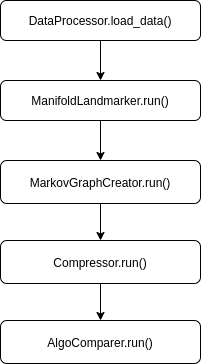
Earlier version of the draw.io export documents/HighLevelDataflow.png (ilonatommy/ShapeVis). Source tidied: cells renumbered, new cells last; positions are measured from the earlier drawing's top-left corner, leaving out a move shared by most shapes.
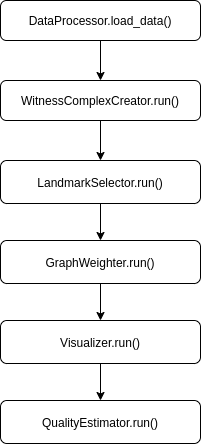
The same file after the commit.

The edit, as a diff of the source:
```diff
@@ -8,24 +8,30 @@
     <mxCell id="3" style="edgeStyle=orthogonalEdgeStyle;rounded=0;jettySize=auto;html=1;" parent="1" edge="1" source="4" target="6">
       <mxGeometry relative="1" as="geometry" />
     </mxCell>
-    <mxCell id="4" value="ManifoldLandmarker.run()" style="rounded=1;whiteSpace=wrap;html=1;fontSize=12;glass=0;strokeWidth=1;shadow=0;" parent="1" vertex="1">
+    <mxCell id="4" value="WitnessComplexCreator.run()" style="rounded=1;whiteSpace=wrap;html=1;fontSize=12;glass=0;strokeWidth=1;shadow=0;" parent="1" vertex="1">
       <mxGeometry y="80" width="200" height="40" as="geometry" />
     </mxCell>
     <mxCell id="5" style="edgeStyle=orthogonalEdgeStyle;rounded=0;jettySize=auto;html=1;" parent="1" edge="1" source="6" target="8">
       <mxGeometry relative="1" as="geometry" />
     </mxCell>
-    <mxCell id="6" value="MarkovGraphCreator.run()" style="rounded=1;whiteSpace=wrap;html=1;fontSize=12;glass=0;strokeWidth=1;shadow=0;" parent="1" vertex="1">
+    <mxCell id="6" value="LandmarkSelector.run()" style="rounded=1;whiteSpace=wrap;html=1;fontSize=12;glass=0;strokeWidth=1;shadow=0;" parent="1" vertex="1">
       <mxGeometry y="160" width="200" height="43" as="geometry" />
     </mxCell>
     <mxCell id="7" style="edgeStyle=orthogonalEdgeStyle;rounded=0;jettySize=auto;html=1;" parent="1" edge="1" source="8" target="9">
       <mxGeometry relative="1" as="geometry" />
     </mxCell>
-    <mxCell id="8" value="Compressor.run()" style="rounded=1;whiteSpace=wrap;html=1;fontSize=12;glass=0;strokeWidth=1;shadow=0;" parent="1" vertex="1">
+    <mxCell id="8" value="GraphWeighter.run()" style="rounded=1;whiteSpace=wrap;html=1;fontSize=12;glass=0;strokeWidth=1;shadow=0;" parent="1" vertex="1">
       <mxGeometry y="240" width="200" height="43" as="geometry" />
     </mxCell>
+    <mxCell id="11" style="edgeStyle=orthogonalEdgeStyle;rounded=0;jettySize=auto;html=1;" parent="1" edge="1" source="9" target="12">
+      <mxGeometry relative="1" as="geometry" />
+    </mxCell>
-    <mxCell id="9" value="AlgoComparer.run()" style="rounded=1;whiteSpace=wrap;html=1;fontSize=12;glass=0;strokeWidth=1;shadow=0;" parent="1" vertex="1">
+    <mxCell id="9" value="Visualizer.run()" style="rounded=1;whiteSpace=wrap;html=1;fontSize=12;glass=0;strokeWidth=1;shadow=0;" parent="1" vertex="1">
       <mxGeometry y="320" width="200" height="43" as="geometry" />
     </mxCell>
+    <mxCell id="12" value="QualityEstimator.run()" style="rounded=1;whiteSpace=wrap;html=1;fontSize=12;glass=0;strokeWidth=1;shadow=0;" parent="1" vertex="1">
+      <mxGeometry y="400" width="200" height="43" as="geometry" />
+    </mxCell>
     <mxCell id="10" style="endArrow=classic;html=1;strokeColor=#000000;exitX=0.5;exitY=1;exitDx=0;exitDy=0;" parent="1" edge="1" source="2" target="4">
       <mxGeometry relative="1" as="geometry" />
     </mxCell>
```
